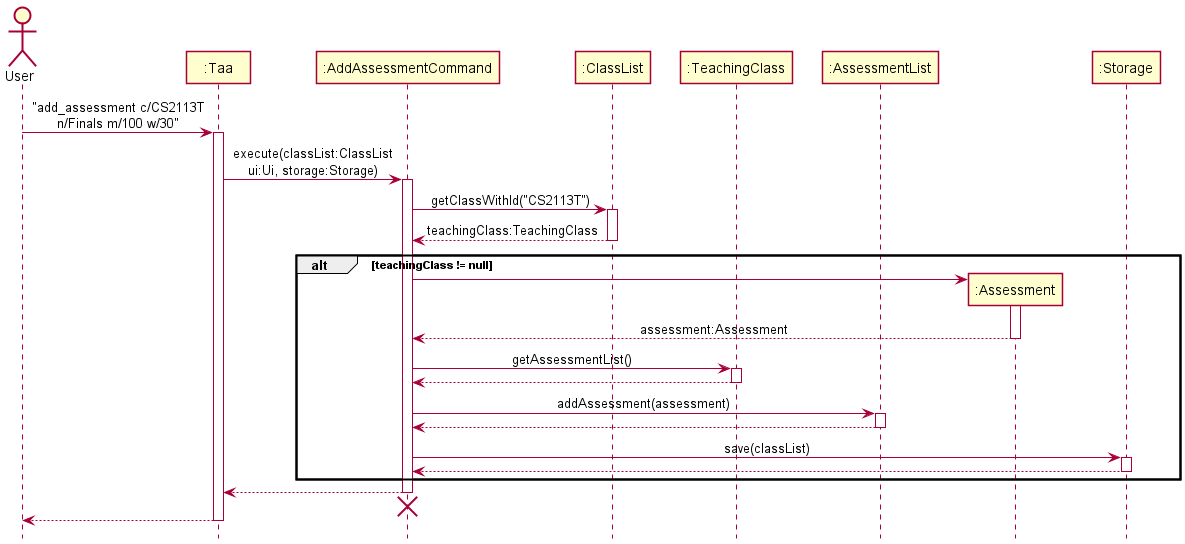
The PlantUML diagram docs/diagrams/sequence/AddAssessmentSequenceDiagram.png in nus-cs2113-AY2122S1/tp, before a commit.
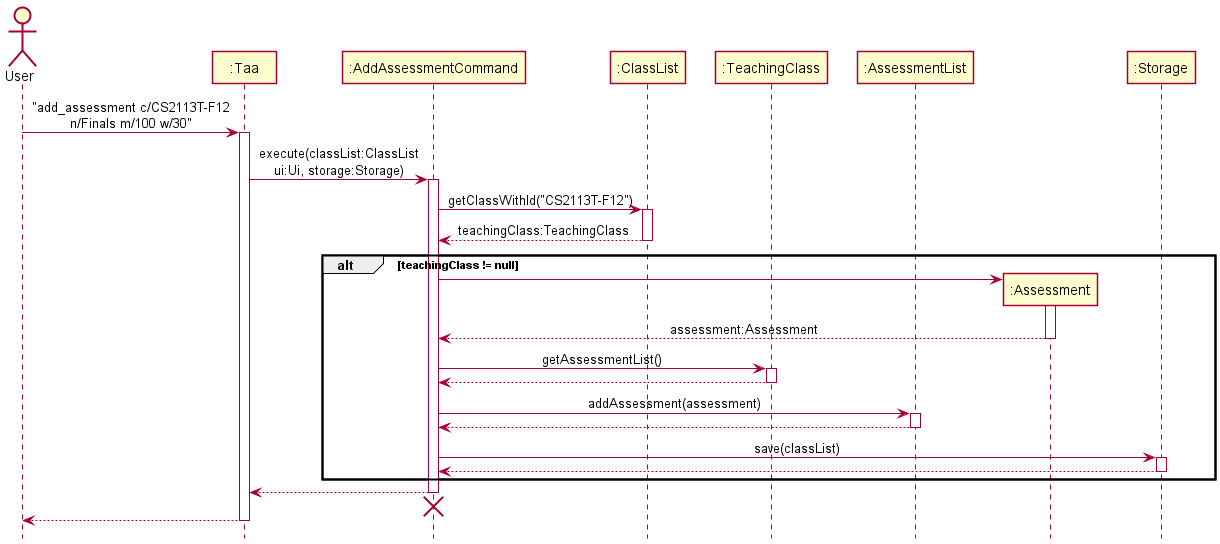
After the change.

Commit message:
Add class diagram for assessment list and update sequence diagram for add assessment by changing class code

The edit, as a diff of the source:
```diff
@@ -10,13 +10,13 @@
 Participant ":Assessment" as assessment
 Participant ":Storage" as storage
 
-user -> taa : "add_assessment c/CS2113T\nn/Finals m/100 w/30"
+user -> taa : "add_assessment c/CS2113T-F12\nn/Finals m/100 w/30"
 activate taa
 
 taa -> addAssessmentCommand : execute(classList:ClassList\nui:Ui, storage:Storage)
 activate addAssessmentCommand
 
-addAssessmentCommand -> classList : getClassWithId("CS2113T")
+addAssessmentCommand -> classList : getClassWithId("CS2113T-F12")
 activate classList
 classList --> addAssessmentCommand : teachingClass:TeachingClass
 deactivate classList
```
